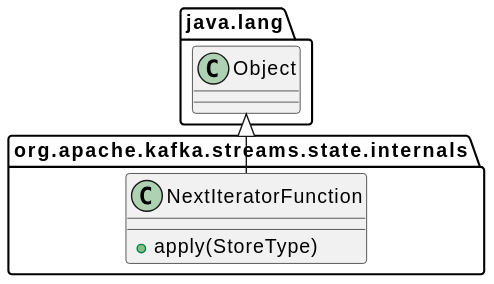
The PlantUML diagram docs/qc/streams/src/main/java/org/apache/kafka/streams/state/internals/NextIteratorFunction.java.svg in qualitesys/kafka, before a commit. Source of this version:
```plantuml
@startuml
!pragma layout smetana
java.lang.Object <|-- org.apache.kafka.streams.state.internals.NextIteratorFunction
class org.apache.kafka.streams.state.internals.NextIteratorFunction {
+  apply(StoreType)
}
@enduml
```
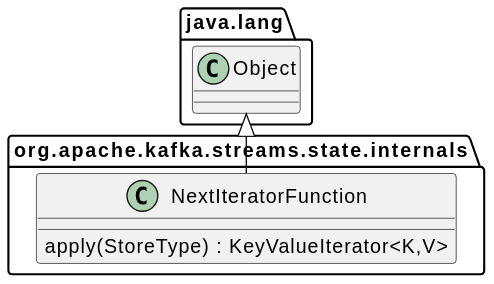
Above is the later version.

Change to the diagram source:
```diff
@@ -2,6 +2,6 @@
 !pragma layout smetana
 java.lang.Object <|-- org.apache.kafka.streams.state.internals.NextIteratorFunction
 class org.apache.kafka.streams.state.internals.NextIteratorFunction {
-+  apply(StoreType)
+apply(StoreType) : KeyValueIterator<K,V> [[[././qc/streams/src/main/java/org/apache/kafka/streams/state/internals/NextIteratorFunction.java.html#8]]]
 }
 @enduml
```
